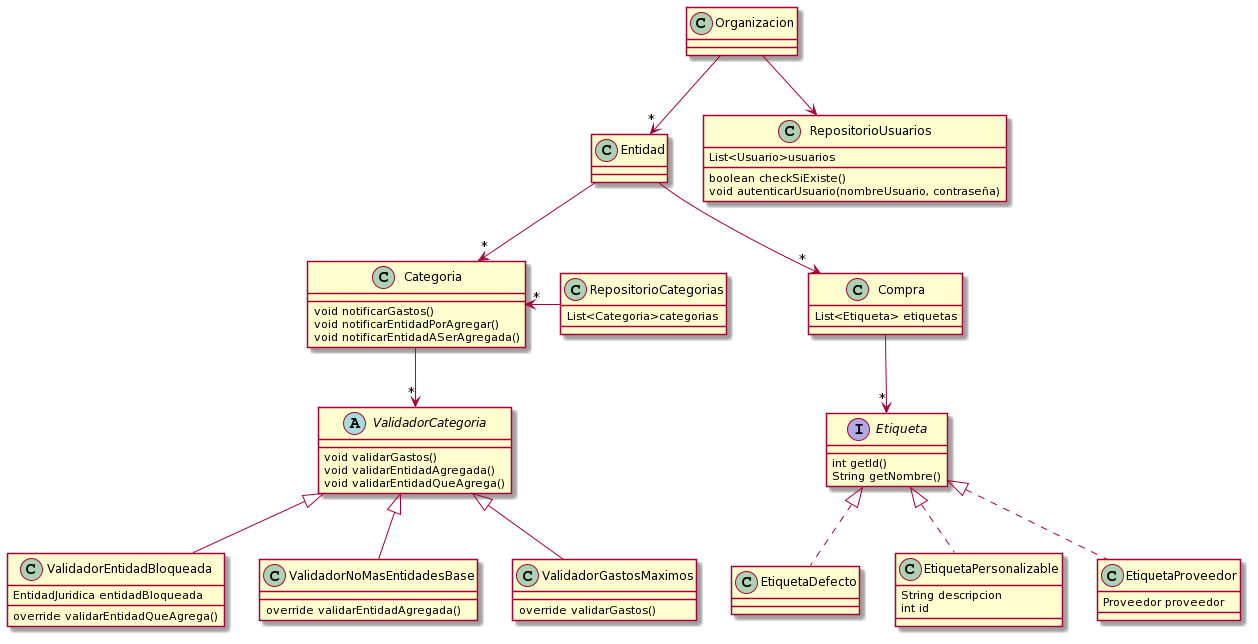
Earlier version of the PlantUML export Diagramas/diagrama_entrega3.png (matiasanz/TP-DDS-2020). Its diagram source:
```plantuml
@startuml
class Entidad{
}

class Categoria{
void notificarGastos()
void notificarEntidadPorAgregar()
void notificarEntidadASerAgregada()
}

abstract class ValidadorCategoria{
void validarGastos()
void validarEntidadAgregada()
void validarEntidadQueAgrega()
}

class ValidadorEntidadBloqueada{
EntidadJuridica entidadBloqueada
override validarEntidadQueAgrega()
}

class ValidadorNoMasEntidadesBase{
override validarEntidadAgregada()
}

class ValidadorGastosMaximos{
override validarGastos()
}

interface Etiqueta{
int getId()
String getNombre()
}

class EtiquetaDefecto{
}

class EtiquetaPersonalizable{
String descripcion
int id
}

class EtiquetaProveedor{
Proveedor proveedor
}

class Compra{
List<Etiqueta> etiquetas

}

class RepositorioUsuarios{
List<Usuario>usuarios
boolean checkSiExiste()
void autenticarUsuario(nombreUsuario, contraseña)
}

class RepositorioCategorias{
List<Categoria>categorias
}

Organizacion-down->"*"Entidad
Organizacion-down->RepositorioUsuarios

Entidad-down->"*"Categoria
Entidad-down->"*"Compra

Compra-down->"*"Etiqueta

RepositorioCategorias-right->"*"Categoria
Categoria-down->"*"ValidadorCategoria

EtiquetaDefecto..up|>Etiqueta
EtiquetaPersonalizable..up|>Etiqueta
EtiquetaProveedor..up|>Etiqueta


ValidadorGastosMaximos-up-|>ValidadorCategoria
ValidadorNoMasEntidadesBase-up-|>ValidadorCategoria
ValidadorEntidadBloqueada-up-|>ValidadorCategoria
@enduml
```
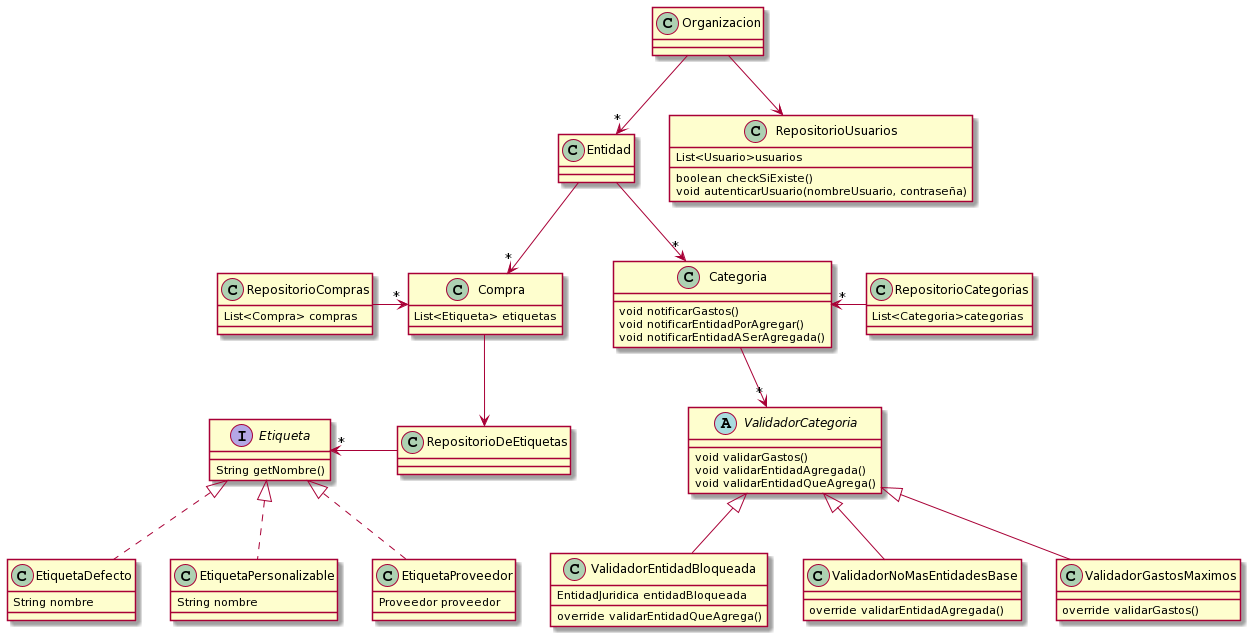
After the change.

Commit message:
actualizo diagrama post refactor

The edit, as a diff of the source:
```diff
@@ -28,16 +28,15 @@
 }
 
 interface Etiqueta{
-int getId()
 String getNombre()
 }
 
 class EtiquetaDefecto{
+String nombre
 }
 
 class EtiquetaPersonalizable{
-String descripcion
-int id
+String nombre
 }
 
 class EtiquetaProveedor{
@@ -59,16 +58,24 @@
 List<Categoria>categorias
 }
 
+class RepositorioCompras{
+List<Compra> compras
+
+}
+
 Organizacion-down->"*"Entidad
 Organizacion-down->RepositorioUsuarios
 
 Entidad-down->"*"Categoria
 Entidad-down->"*"Compra
 
-Compra-down->"*"Etiqueta
+Compra-down->RepositorioDeEtiquetas
+RepositorioDeEtiquetas-left-->"*"Etiqueta
 
-RepositorioCategorias-right->"*"Categoria
+RepositorioCategorias-left->"*"Categoria
 Categoria-down->"*"ValidadorCategoria
+
+RepositorioCompras->"*"Compra
 
 EtiquetaDefecto..up|>Etiqueta
 EtiquetaPersonalizable..up|>Etiqueta
```
